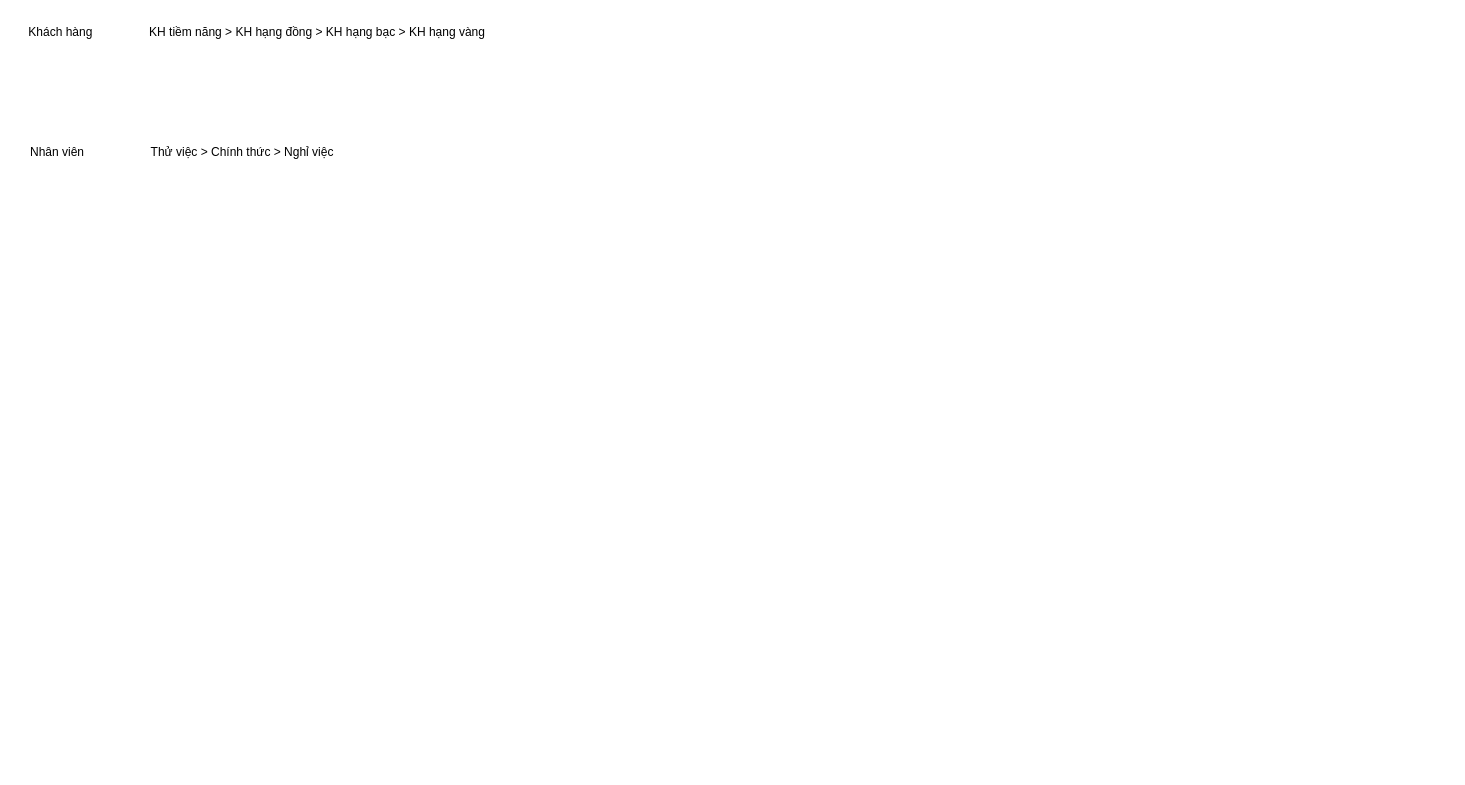
This is page "Biểu đồ trạng thái" (5 of 5) of CMC/Phân tích và thiết kế hệ thống/BÀI TẬP PHÂN TÍCH THIẾT KẾ HƯỚNG ĐỐI TƯỢNG.drawio from tranthihuong-753/test, a draw.io file, before an edit. Source tidied: cells renumbered, new cells numbered last; positions are measured from the earlier drawing's top-left corner, leaving out a move shared by most shapes. Both pictures are drawn from the tidied source at 100%, with x=0, y=0 at pixel (17, 17).
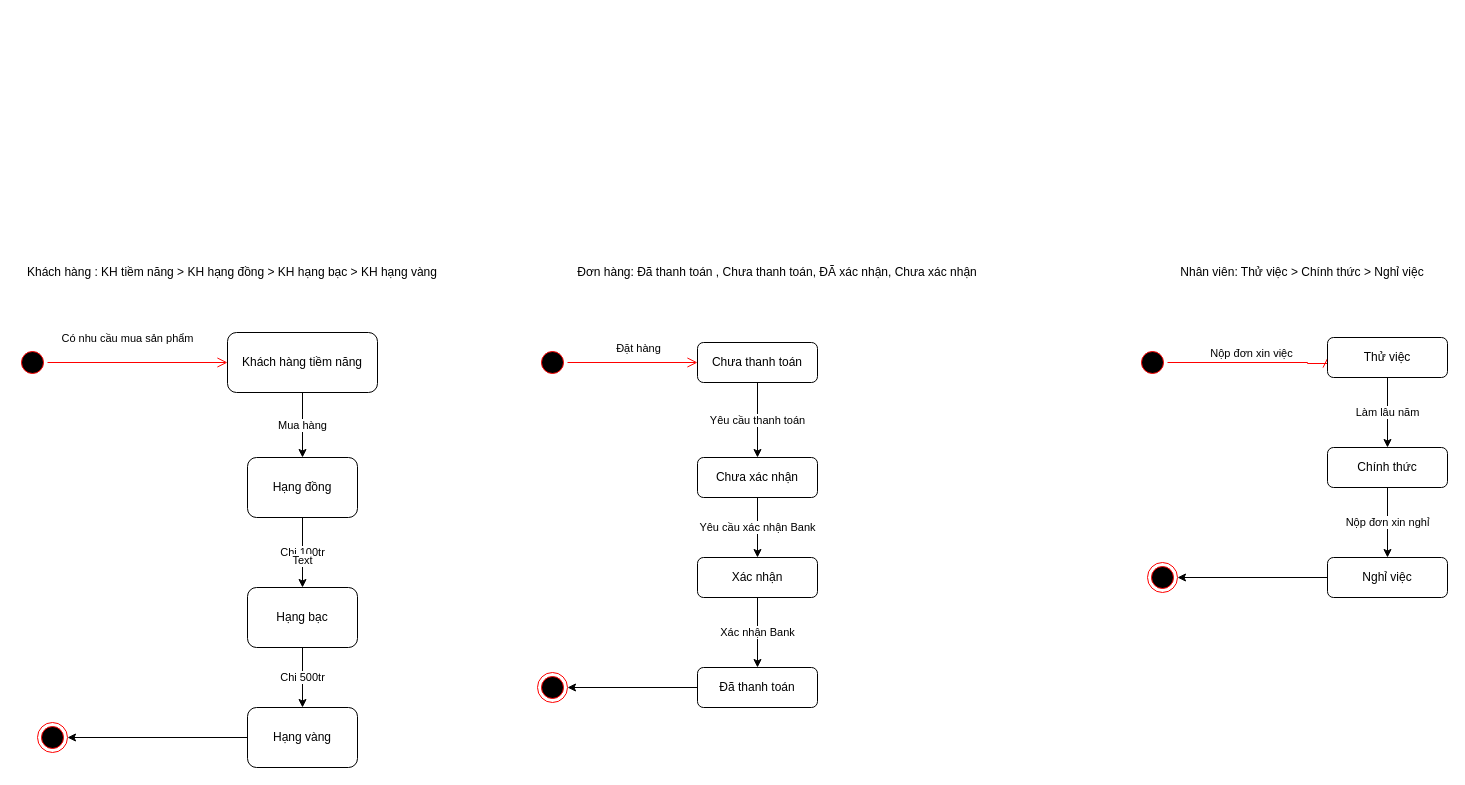
The same diagram, later.

Commit message:
Cập nhật BÀI TẬP PHÂN TÍCH THIẾT KẾ HƯỚNG ĐỐI TƯỢNG.drawio

Change to the diagram source:
```diff
@@
-    <mxCell id="2" value="Khách hàng&amp;nbsp;" style="text;html=1;align=center;verticalAlign=middle;whiteSpace=wrap;rounded=0;" parent="1" vertex="1">
-      <mxGeometry width="90" height="30" as="geometry" />
+    <mxCell id="2" value="Khách hàng : KH tiềm năng &amp;gt; KH hạng đồng &amp;gt; KH hạng bạc &amp;gt; KH hạng vàng" style="text;html=1;align=center;verticalAlign=middle;whiteSpace=wrap;rounded=0;" parent="1" vertex="1">
+      <mxGeometry y="240" width="430" height="30" as="geometry" />
     </mxCell>
-    <mxCell id="3" value="Nhân viên" style="text;html=1;align=center;verticalAlign=middle;whiteSpace=wrap;rounded=0;" parent="1" vertex="1">
-      <mxGeometry y="120" width="80" height="30" as="geometry" />
+    <mxCell id="3" value="Nhân viên: Thử việc &amp;gt; Chính thức &amp;gt; Nghỉ việc" style="text;html=1;align=center;verticalAlign=middle;whiteSpace=wrap;rounded=0;" parent="1" vertex="1">
+      <mxGeometry x="1150" y="240" width="270" height="30" as="geometry" />
     </mxCell>
-    <mxCell id="4" value="KH tiềm năng &amp;gt; KH hạng đồng &amp;gt; KH hạng bạc &amp;gt; KH hạng vàng" style="text;html=1;align=center;verticalAlign=middle;whiteSpace=wrap;rounded=0;" parent="1" vertex="1">
-      <mxGeometry x="120" width="360" height="30" as="geometry" />
-    </mxCell>
-    <mxCell id="5" value="Thử việc &amp;gt; Chính thức &amp;gt; Nghỉ việc" style="text;html=1;align=center;verticalAlign=middle;whiteSpace=wrap;rounded=0;" parent="1" vertex="1">
-      <mxGeometry x="120" y="120" width="210" height="30" as="geometry" />
-    </mxCell>
+    <mxCell id="6" value="Đơn hàng: Đã thanh toán , Chưa thanh toán, ĐÃ xác nhận, Chưa xác nhận" style="text;html=1;align=center;verticalAlign=middle;whiteSpace=wrap;rounded=0;" parent="1" vertex="1">
+      <mxGeometry x="550" y="240" width="420" height="30" as="geometry" />
+    </mxCell>
+    <mxCell id="7" style="ellipse;html=1;shape=startState;fillColor=#000000;strokeColor=#ff0000;" parent="1" vertex="1">
+      <mxGeometry y="330" width="30" height="30" as="geometry" />
+    </mxCell>
+    <mxCell id="8" value="Có nhu cầu mua sản phẩm" style="edgeStyle=orthogonalEdgeStyle;html=1;verticalAlign=bottom;endArrow=open;endSize=8;strokeColor=#ff0000;rounded=0;entryX=0;entryY=0.5;entryDx=0;entryDy=0;" parent="1" edge="1" source="7" target="10">
+      <mxGeometry x="-0.11" y="15" relative="1" as="geometry" />
+    </mxCell>
+    <mxCell id="9" value="Mua hàng" style="edgeStyle=orthogonalEdgeStyle;rounded=0;jettySize=auto;html=1;exitX=0.5;exitY=1;exitDx=0;exitDy=0;" parent="1" edge="1" source="10" target="13">
+      <mxGeometry relative="1" as="geometry" />
+    </mxCell>
+    <mxCell id="10" value="Khách hàng tiềm năng" style="rounded=1;whiteSpace=wrap;html=1;" parent="1" vertex="1">
+      <mxGeometry x="210" y="315" width="150" height="60" as="geometry" />
+    </mxCell>
+    <mxCell id="11" value="Chi 100tr" style="edgeStyle=orthogonalEdgeStyle;rounded=0;jettySize=auto;html=1;exitX=0.5;exitY=1;exitDx=0;exitDy=0;entryX=0.5;entryY=0;entryDx=0;entryDy=0;" parent="1" edge="1" source="13" target="15">
+      <mxGeometry relative="1" as="geometry" />
+    </mxCell>
+    <mxCell id="12" value="Text" style="edgeLabel;html=1;align=center;verticalAlign=middle;" parent="11" vertex="1">
+      <mxGeometry x="0.21" y="-1" relative="1" as="geometry" />
+    </mxCell>
+    <mxCell id="13" value="Hạng đồng" style="rounded=1;whiteSpace=wrap;html=1;" parent="1" vertex="1">
+      <mxGeometry x="230" y="440" width="110" height="60" as="geometry" />
+    </mxCell>
+    <mxCell id="14" value="Chi 500tr" style="edgeStyle=orthogonalEdgeStyle;rounded=0;jettySize=auto;html=1;exitX=0.5;exitY=1;exitDx=0;exitDy=0;entryX=0.5;entryY=0;entryDx=0;entryDy=0;" parent="1" edge="1" source="15" target="17">
+      <mxGeometry relative="1" as="geometry" />
+    </mxCell>
+    <mxCell id="15" value="Hạng bạc" style="rounded=1;whiteSpace=wrap;html=1;" parent="1" vertex="1">
+      <mxGeometry x="230" y="570" width="110" height="60" as="geometry" />
+    </mxCell>
+    <mxCell id="16" style="rounded=0;jettySize=auto;html=1;exitX=0;exitY=0.5;exitDx=0;exitDy=0;entryX=1;entryY=0.5;entryDx=0;entryDy=0;" parent="1" edge="1" source="17" target="18">
+      <mxGeometry relative="1" as="geometry" />
+    </mxCell>
+    <mxCell id="17" value="Hạng vàng" style="rounded=1;whiteSpace=wrap;html=1;" parent="1" vertex="1">
+      <mxGeometry x="230" y="690" width="110" height="60" as="geometry" />
+    </mxCell>
+    <mxCell id="18" style="ellipse;html=1;shape=endState;fillColor=#000000;strokeColor=#ff0000;" parent="1" vertex="1">
+      <mxGeometry x="20" y="705" width="30" height="30" as="geometry" />
+    </mxCell>
+    <mxCell id="19" style="ellipse;html=1;shape=startState;fillColor=#000000;strokeColor=#ff0000;" parent="1" vertex="1">
+      <mxGeometry x="520" y="330" width="30" height="30" as="geometry" />
+    </mxCell>
+    <mxCell id="20" style="edgeStyle=orthogonalEdgeStyle;html=1;verticalAlign=bottom;endArrow=open;endSize=8;strokeColor=#ff0000;rounded=0;entryX=0;entryY=0.5;entryDx=0;entryDy=0;" parent="1" edge="1" source="19" target="23">
+      <mxGeometry relative="1" as="geometry" />
+    </mxCell>
+    <mxCell id="21" value="Đặt hàng" style="edgeLabel;html=1;align=center;verticalAlign=middle;" parent="20" vertex="1">
+      <mxGeometry x="0.08" y="-1" relative="1" as="geometry">
+        <mxPoint y="-16" as="offset" />
+      </mxGeometry>
+    </mxCell>
+    <mxCell id="22" value="Yêu cầu thanh toán" style="edgeStyle=orthogonalEdgeStyle;rounded=0;jettySize=auto;html=1;exitX=0.5;exitY=1;exitDx=0;exitDy=0;entryX=0.5;entryY=0;entryDx=0;entryDy=0;" parent="1" edge="1" source="23" target="25">
+      <mxGeometry relative="1" as="geometry" />
+    </mxCell>
+    <mxCell id="23" value="Chưa thanh toán" style="rounded=1;whiteSpace=wrap;html=1;" parent="1" vertex="1">
+      <mxGeometry x="680" y="325" width="120" height="40" as="geometry" />
+    </mxCell>
+    <mxCell id="24" value="Yêu cầu xác nhận Bank" style="edgeStyle=orthogonalEdgeStyle;rounded=0;jettySize=auto;html=1;exitX=0.5;exitY=1;exitDx=0;exitDy=0;entryX=0.5;entryY=0;entryDx=0;entryDy=0;" parent="1" edge="1" source="25" target="27">
+      <mxGeometry relative="1" as="geometry" />
+    </mxCell>
+    <mxCell id="25" value="Chưa xác nhận" style="rounded=1;whiteSpace=wrap;html=1;" parent="1" vertex="1">
+      <mxGeometry x="680" y="440" width="120" height="40" as="geometry" />
+    </mxCell>
+    <mxCell id="26" value="Xác nhận Bank" style="edgeStyle=orthogonalEdgeStyle;rounded=0;jettySize=auto;html=1;exitX=0.5;exitY=1;exitDx=0;exitDy=0;entryX=0.5;entryY=0;entryDx=0;entryDy=0;" parent="1" edge="1" source="27" target="29">
+      <mxGeometry relative="1" as="geometry" />
+    </mxCell>
+    <mxCell id="27" value="Xác nhận" style="rounded=1;whiteSpace=wrap;html=1;" parent="1" vertex="1">
+      <mxGeometry x="680" y="540" width="120" height="40" as="geometry" />
+    </mxCell>
+    <mxCell id="28" style="edgeStyle=orthogonalEdgeStyle;rounded=0;jettySize=auto;html=1;exitX=0;exitY=0.5;exitDx=0;exitDy=0;entryX=1;entryY=0.5;entryDx=0;entryDy=0;" parent="1" edge="1" source="29" target="30">
+      <mxGeometry relative="1" as="geometry" />
+    </mxCell>
+    <mxCell id="29" value="Đã thanh toán" style="rounded=1;whiteSpace=wrap;html=1;" parent="1" vertex="1">
+      <mxGeometry x="680" y="650" width="120" height="40" as="geometry" />
+    </mxCell>
+    <mxCell id="30" style="ellipse;html=1;shape=endState;fillColor=#000000;strokeColor=#ff0000;" parent="1" vertex="1">
+      <mxGeometry x="520" y="655" width="30" height="30" as="geometry" />
+    </mxCell>
+    <mxCell id="31" style="ellipse;html=1;shape=startState;fillColor=#000000;strokeColor=#ff0000;" parent="1" vertex="1">
+      <mxGeometry x="1120" y="330" width="30" height="30" as="geometry" />
+    </mxCell>
+    <mxCell id="32" value="Nộp đơn xin việc" style="edgeStyle=orthogonalEdgeStyle;html=1;verticalAlign=bottom;endArrow=open;endSize=8;strokeColor=#ff0000;rounded=0;entryX=0;entryY=0.5;entryDx=0;entryDy=0;" parent="1" edge="1" source="31" target="34">
+      <mxGeometry relative="1" as="geometry">
+        <Array as="points">
+          <mxPoint x="1290" y="345" />
+          <mxPoint x="1290" y="346" />
+          <mxPoint x="1310" y="346" />
+        </Array>
+      </mxGeometry>
+    </mxCell>
+    <mxCell id="33" value="Làm lâu năm" style="edgeStyle=orthogonalEdgeStyle;rounded=0;jettySize=auto;html=1;exitX=0.5;exitY=1;exitDx=0;exitDy=0;entryX=0.5;entryY=0;entryDx=0;entryDy=0;" parent="1" edge="1" source="34" target="36">
+      <mxGeometry relative="1" as="geometry" />
+    </mxCell>
+    <mxCell id="34" value="Thử việc" style="rounded=1;whiteSpace=wrap;html=1;" parent="1" vertex="1">
+      <mxGeometry x="1310" y="320" width="120" height="40" as="geometry" />
+    </mxCell>
+    <mxCell id="35" value="Nộp đơn xin nghỉ" style="edgeStyle=orthogonalEdgeStyle;rounded=0;jettySize=auto;html=1;exitX=0.5;exitY=1;exitDx=0;exitDy=0;entryX=0.5;entryY=0;entryDx=0;entryDy=0;" parent="1" edge="1" source="36" target="38">
+      <mxGeometry relative="1" as="geometry" />
+    </mxCell>
+    <mxCell id="36" value="Chính thức" style="rounded=1;whiteSpace=wrap;html=1;" parent="1" vertex="1">
+      <mxGeometry x="1310" y="430" width="120" height="40" as="geometry" />
+    </mxCell>
+    <mxCell id="37" style="edgeStyle=orthogonalEdgeStyle;rounded=0;jettySize=auto;html=1;exitX=0;exitY=0.5;exitDx=0;exitDy=0;entryX=1;entryY=0.5;entryDx=0;entryDy=0;" parent="1" edge="1" source="38" target="39">
+      <mxGeometry relative="1" as="geometry" />
+    </mxCell>
+    <mxCell id="38" value="Nghỉ việc" style="rounded=1;whiteSpace=wrap;html=1;" parent="1" vertex="1">
+      <mxGeometry x="1310" y="540" width="120" height="40" as="geometry" />
+    </mxCell>
+    <mxCell id="39" style="ellipse;html=1;shape=endState;fillColor=#000000;strokeColor=#ff0000;" parent="1" vertex="1">
+      <mxGeometry x="1130" y="545" width="30" height="30" as="geometry" />
+    </mxCell>
```
